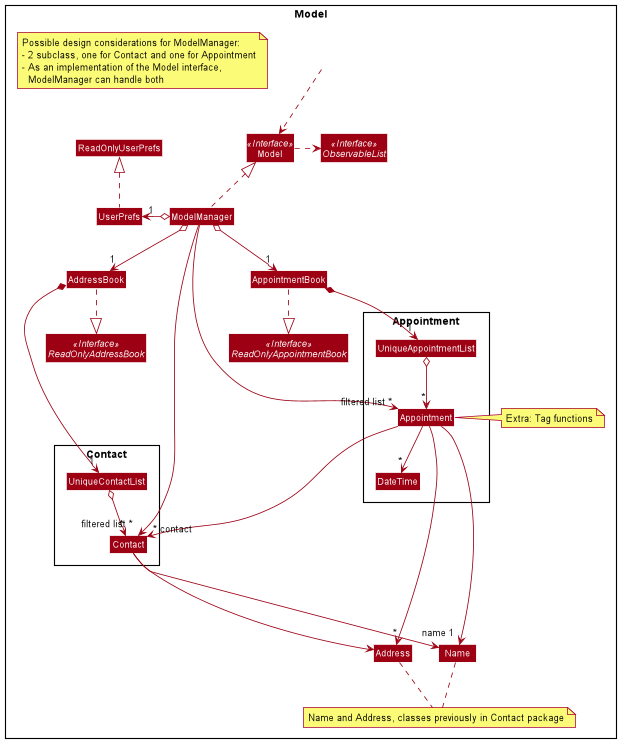
Before: docs/images/AppointmentWithModelClassDiagram.png, a diagram exported from PlantUML (nus-cs2103-AY2021S2/tp).
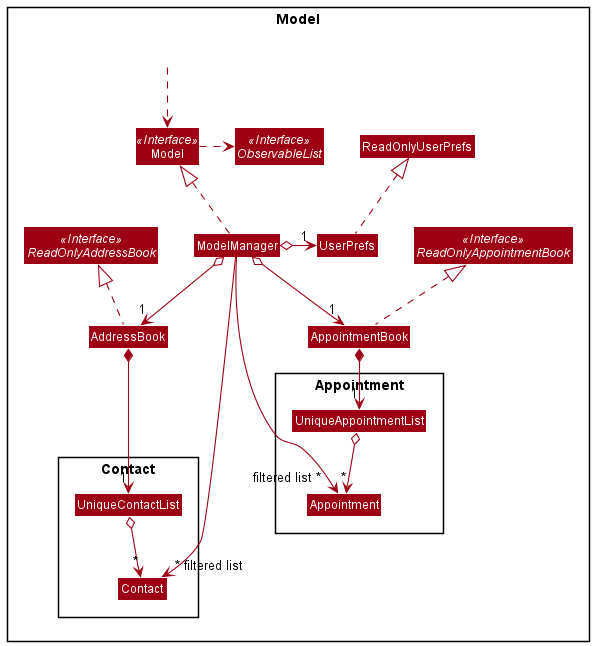
The same diagram one commit later.

Commit message:
Merge appointment diagrams into AB3's diagrams

What changed in the source:
```diff
@@ -21,17 +21,13 @@
 Class UniqueContactList
 }
 
-Class Address
-Class Name
-note "Name and Address, classes previously in Contact package" as N1
-Name .. N1
-Address .. N1
+
 
 Class HiddenOutside #FFFFFF
 HiddenOutside ..> Model
 
-AddressBook ..|> ReadOnlyAddressBook
-AppointmentBook ..|> ReadOnlyAppointmentBook
+AddressBook .up.|> ReadOnlyAddressBook
+AppointmentBook .up.|> ReadOnlyAppointmentBook
 
 ModelManager .up.|> Model
 Model .right.> ObservableList
@@ -42,31 +38,20 @@
 AddressBook *--> "1" UniqueContactList
 UniqueContactList o--> "*" Contact
 
-ModelManager -->"filtered list ~*" Contact
+ModelManager ----->"~* filtered list" Contact
 
 ModelManager o--> "1" AppointmentBook
 
 Package Appointment {
 Class Appointment
 Class UniqueAppointmentList
-Class DateTime
 }
 
 AppointmentBook *--> "1" UniqueAppointmentList
 UniqueAppointmentList o--> "*" Appointment
 
-Contact ---> Name
-Contact ---> Address
 
-Appointment ----> "name 1" Name
-Appointment ----> "*" Address
-Appointment --> "*" DateTime
-Appointment ---> "~* contact" Contact
 
-ModelManager -->"filtered list *" Appointment
-note "Possible design considerations for ModelManager:\n- 2 subclass, one for Contact and one for Appointment\n- As an implementation of the Model interface,\n  ModelManager can handle both" as N3
-
-note "Extra: Tag functions" as N4
-N4 .left. Appointment
+ModelManager ----> "filtered list *" Appointment
 
 @enduml
```
